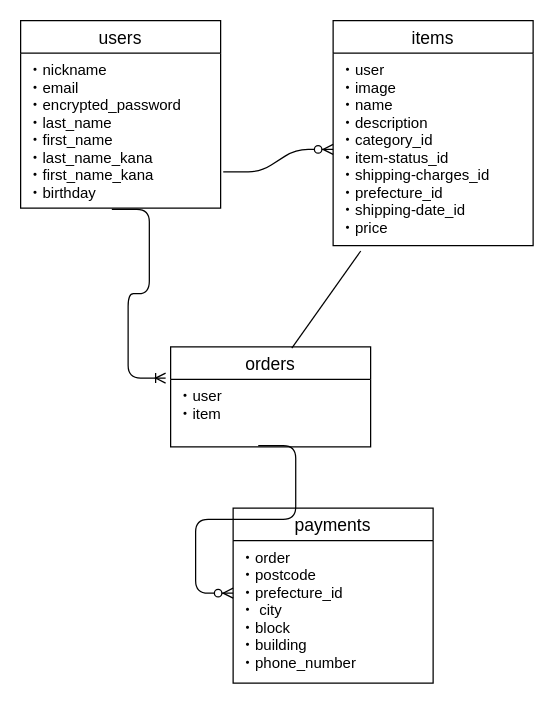
The draw.io diagram ER.dio in pontsuyo4423/furima-40296, before the edit. Source tidied: cells renumbered, new cells numbered last; positions are measured from the earlier drawing's top-left corner, leaving out a move shared by most shapes. Both pictures are drawn from the tidied source at 125%, with x=0, y=0 at pixel (20, 20).
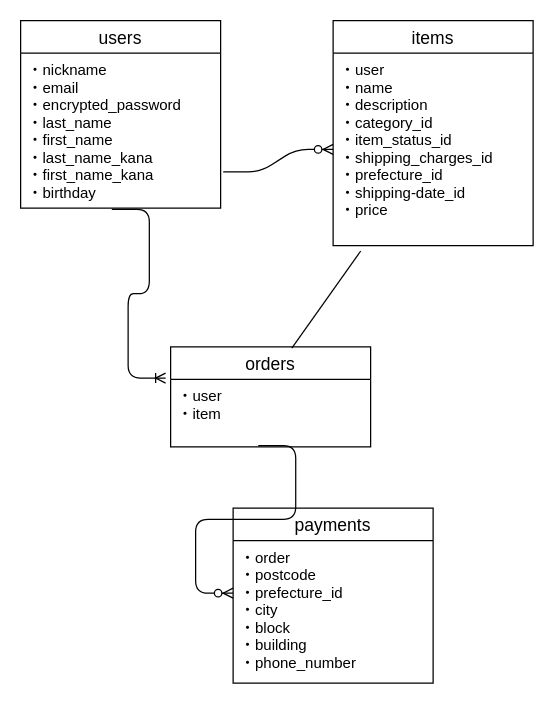
After the change.

Change to the diagram source:
```diff
@@
 <mxGraphModel>
   <root>
     <mxCell id="0" />
     <mxCell id="1" parent="0" />
     <mxCell id="2" value="users" style="swimlane;fontStyle=0;horizontal=1;startSize=26;align=center;fontSize=14;" parent="1" vertex="1">
       <mxGeometry width="160" height="150" as="geometry" />
     </mxCell>
     <mxCell id="3" value="・nickname&#10;・email&#10;・encrypted_password&#10;・last_name&#10;・first_name&#10;・last_name_kana&#10;・first_name_kana&#10;・birthday" style="text;strokeColor=none;fillColor=none;spacingLeft=4;spacingRight=4;overflow=hidden;points=[[0,0.5],[1,0.5]];portConstraint=eastwest;fontSize=12;" parent="2" vertex="1">
       <mxGeometry y="26" width="160" height="124" as="geometry" />
     </mxCell>
     <mxCell id="4" value="items" style="swimlane;fontStyle=0;horizontal=1;startSize=26;align=center;fontSize=14;" parent="1" vertex="1">
       <mxGeometry x="250" width="160" height="180" as="geometry" />
     </mxCell>
-    <mxCell id="5" value="・user&#10;・image&#10;・name&#10;・description&#10;・category_id&#10;・item-status_id&#10;・shipping-charges_id&#10;・prefecture_id&#10;・shipping-date_id&#10;・price" style="text;strokeColor=none;fillColor=none;spacingLeft=4;spacingRight=4;overflow=hidden;points=[[0,0.5],[1,0.5]];portConstraint=eastwest;fontSize=12;" parent="4" vertex="1">
+    <mxCell id="5" value="・user&#10;・name&#10;・description&#10;・category_id&#10;・item_status_id&#10;・shipping_charges_id&#10;・prefecture_id&#10;・shipping-date_id&#10;・price" style="text;strokeColor=none;fillColor=none;spacingLeft=4;spacingRight=4;overflow=hidden;points=[[0,0.5],[1,0.5]];portConstraint=eastwest;fontSize=12;" parent="4" vertex="1">
       <mxGeometry y="26" width="160" height="154" as="geometry" />
     </mxCell>
     <mxCell id="6" style="edgeStyle=entityRelationEdgeStyle;fontSize=12;html=1;endArrow=ERzeroToMany;endFill=1;exitX=1.013;exitY=0.766;exitDx=0;exitDy=0;exitPerimeter=0;entryX=0;entryY=0.5;entryDx=0;entryDy=0;" parent="1" edge="1" source="3" target="5">
       <mxGeometry relative="1" as="geometry" />
     </mxCell>
     <mxCell id="7" value="orders" style="swimlane;fontStyle=0;horizontal=1;startSize=26;align=center;fontSize=14;" parent="1" vertex="1">
       <mxGeometry x="120" y="261" width="160" height="80" as="geometry" />
     </mxCell>
     <mxCell id="8" value="・user&#10;・item" style="text;strokeColor=none;fillColor=none;spacingLeft=4;spacingRight=4;overflow=hidden;points=[[0,0.5],[1,0.5]];portConstraint=eastwest;fontSize=12;" parent="7" vertex="1">
       <mxGeometry y="26" width="160" height="54" as="geometry" />
     </mxCell>
     <mxCell id="9" style="edgeStyle=entityRelationEdgeStyle;fontSize=12;html=1;endArrow=ERoneToMany;exitX=0.456;exitY=1.008;exitDx=0;exitDy=0;exitPerimeter=0;entryX=-0.025;entryY=-0.019;entryDx=0;entryDy=0;entryPerimeter=0;" parent="1" edge="1" source="3" target="8">
       <mxGeometry relative="1" as="geometry" />
     </mxCell>
     <mxCell id="10" style="endArrow=none;html=1;rounded=0;entryX=0.138;entryY=1.028;entryDx=0;entryDy=0;entryPerimeter=0;exitX=0.606;exitY=0.013;exitDx=0;exitDy=0;exitPerimeter=0;" parent="1" edge="1" source="7" target="5">
       <mxGeometry relative="1" as="geometry" />
     </mxCell>
     <mxCell id="11" value="payments" style="swimlane;fontStyle=0;horizontal=1;startSize=26;align=center;fontSize=14;" parent="1" vertex="1">
       <mxGeometry x="170" y="390" width="160" height="140" as="geometry" />
     </mxCell>
-    <mxCell id="12" value="・order&#10;・postcode&#10;・prefecture_id&#10;・ city&#10;・block&#10;・building&#10;・phone_number" style="text;strokeColor=none;fillColor=none;spacingLeft=4;spacingRight=4;overflow=hidden;fontSize=12;" parent="11" vertex="1">
+    <mxCell id="12" value="・order&#10;・postcode&#10;・prefecture_id&#10;・city&#10;・block&#10;・building&#10;・phone_number" style="text;strokeColor=none;fillColor=none;spacingLeft=4;spacingRight=4;overflow=hidden;fontSize=12;" parent="11" vertex="1">
       <mxGeometry y="26" width="160" height="114" as="geometry" />
     </mxCell>
     <mxCell id="13" style="edgeStyle=entityRelationEdgeStyle;fontSize=12;html=1;endArrow=ERzeroToMany;endFill=1;exitX=0.438;exitY=0.981;exitDx=0;exitDy=0;exitPerimeter=0;" parent="1" edge="1" source="8">
       <mxGeometry relative="1" as="geometry">
         <mxPoint x="170" y="458" as="targetPoint" />
       </mxGeometry>
     </mxCell>
   </root>
 </mxGraphModel>
```
